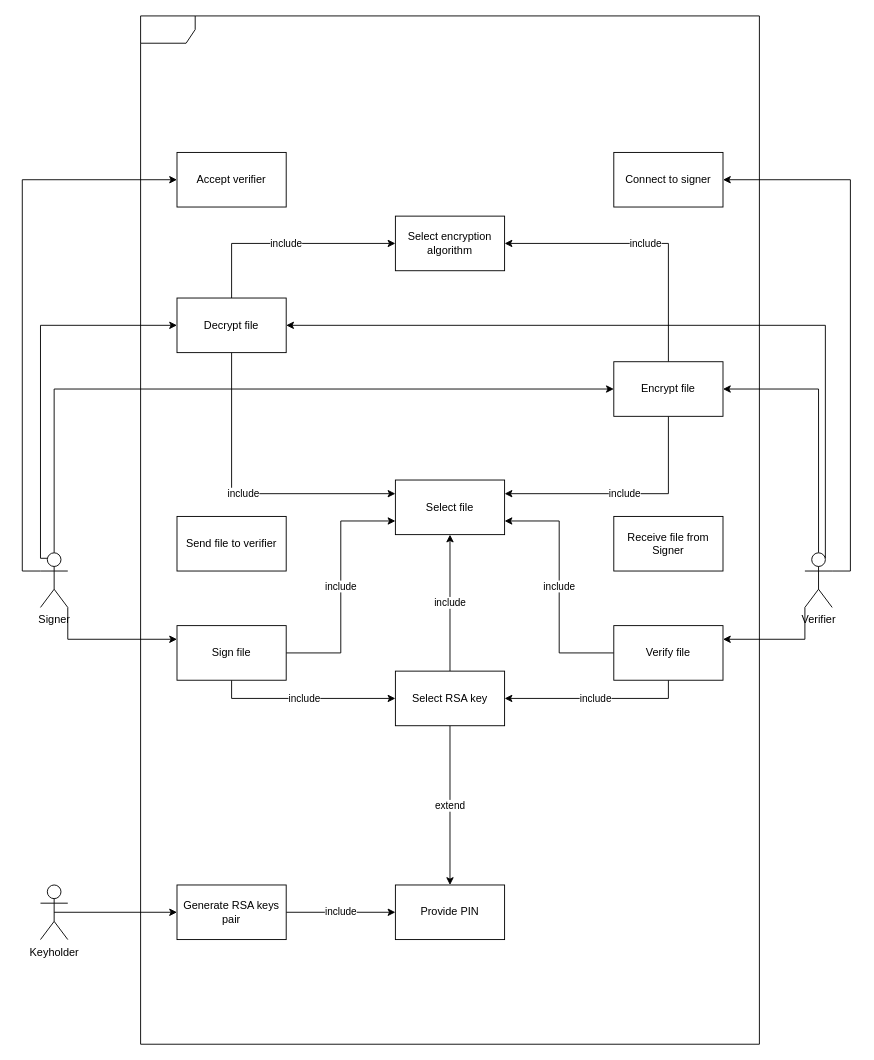
Earlier version of the draw.io diagram Diagrams/Use case diagram.drawio (Sladamos/QualifiedElectronicSignature). Source tidied: cells renumbered, new cells numbered last; positions are measured from the earlier drawing's top-left corner, leaving out a move shared by most shapes. Both pictures are drawn from the tidied source at 91%, with x=0, y=0 at pixel (40, 15).
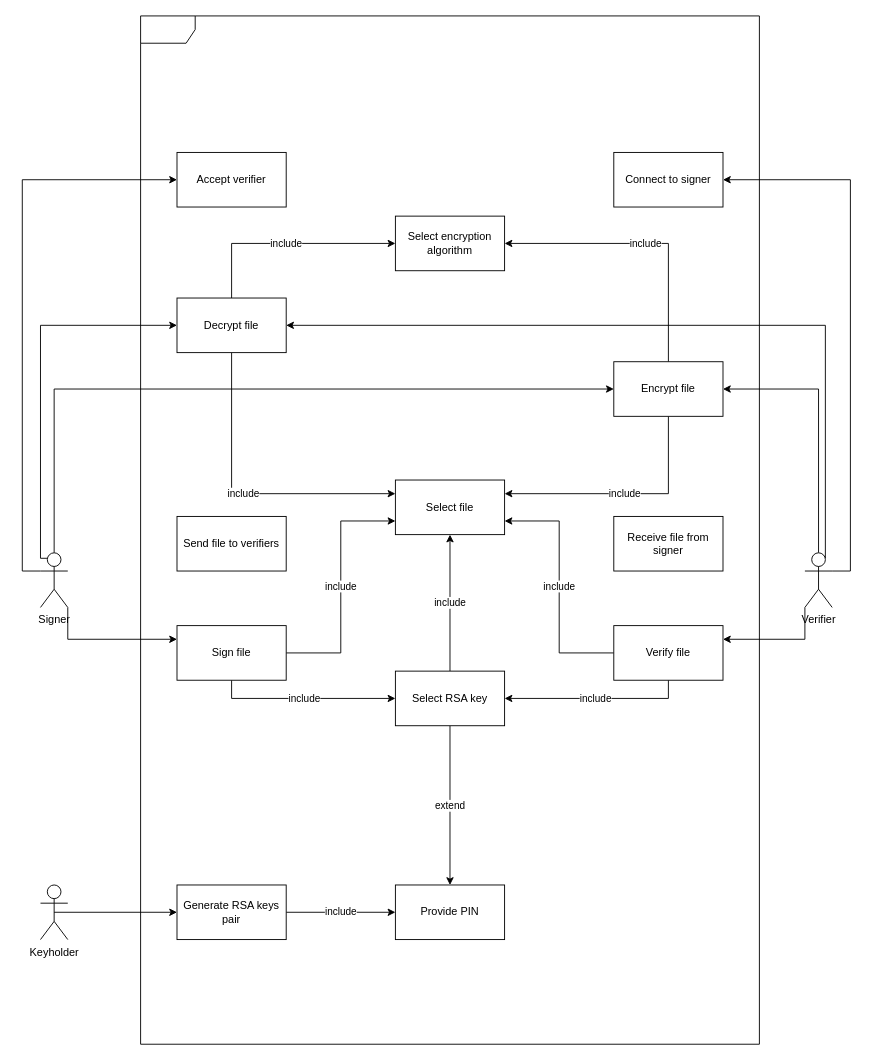
The same page after the edit.

Commit message:
Use case diagram updated

Change to the diagram source:
```diff
@@
-    <mxCell id="23" value="Send file to verifier" style="rounded=0;whiteSpace=wrap;html=1;" parent="1" vertex="1">
+    <mxCell id="23" value="Send file to verifiers" style="rounded=0;whiteSpace=wrap;html=1;" parent="1" vertex="1">
       <mxGeometry x="150" y="550" width="120" height="60" as="geometry" />
     </mxCell>
@@
-    <mxCell id="30" value="Receive file from Signer" style="rounded=0;whiteSpace=wrap;html=1;" parent="1" vertex="1">
+    <mxCell id="30" value="Receive file from signer" style="rounded=0;whiteSpace=wrap;html=1;" parent="1" vertex="1">
       <mxGeometry x="630" y="550" width="120" height="60" as="geometry" />
     </mxCell>
```
